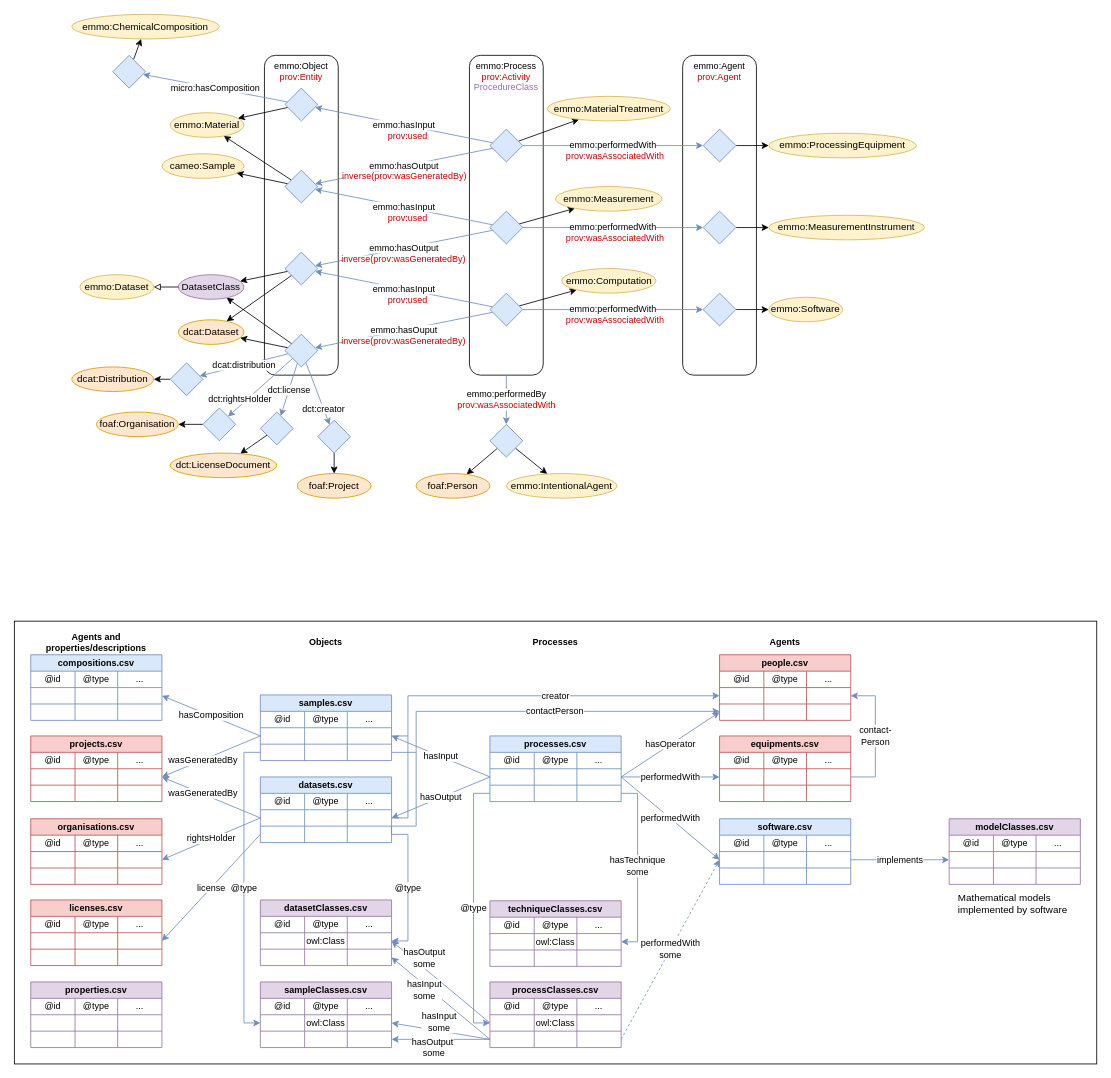
The draw.io diagram page "Documentation-tables" (1 of 2) of figs/linked-data.drawio in SINTEF/physmet-data-documentation-templates, before the edit. Source tidied: cells renumbered, new cells numbered last; positions are measured from the earlier drawing's top-left corner, leaving out a move shared by most shapes. Both pictures are drawn from the tidied source at 82%, with x=0, y=0 at pixel (14, 14).
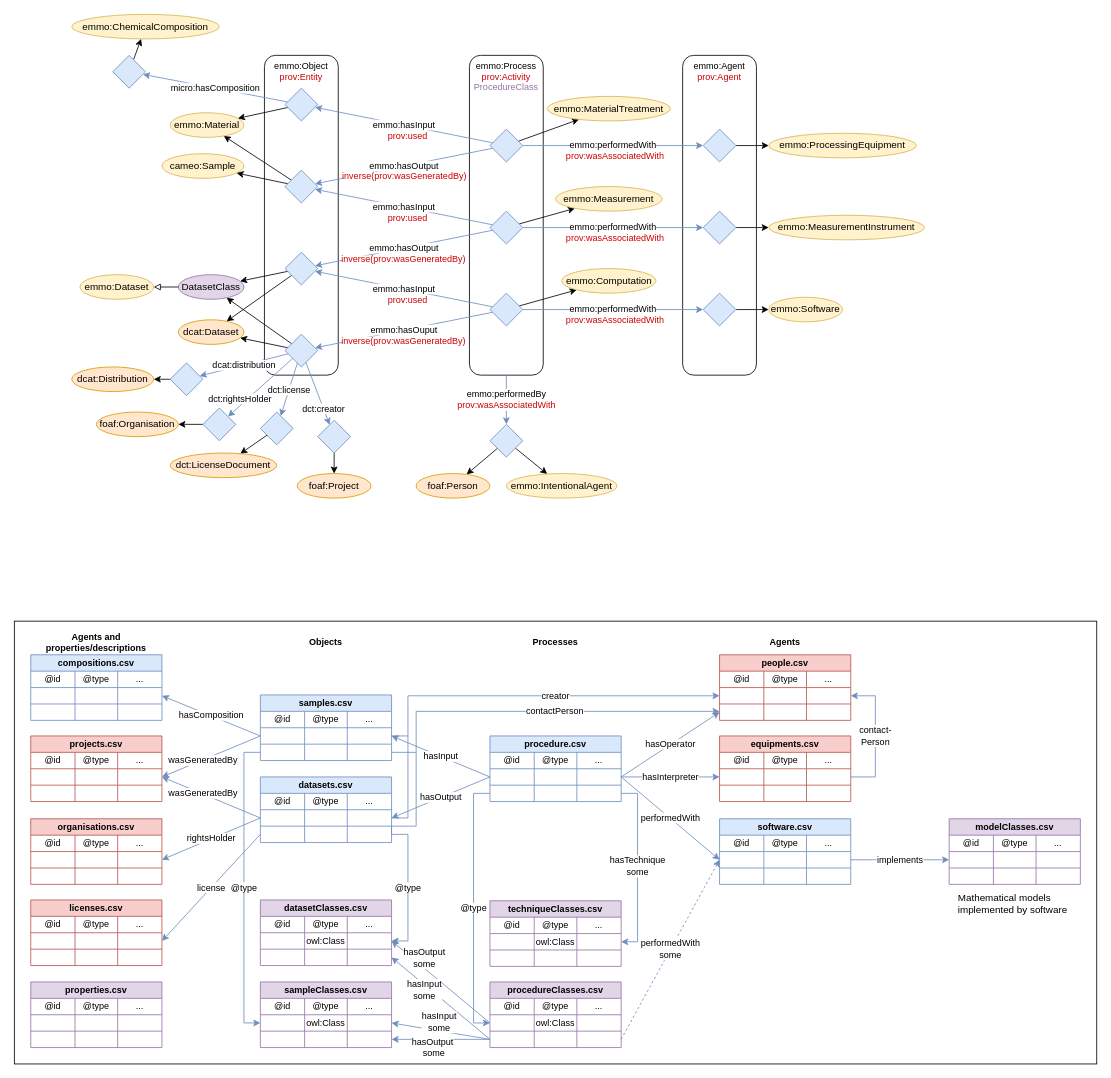
The same page after the edit.

Commit message (it also covers changes not shown here):
Updated figure on front page

Unchanged cells that the change refers to:
```xml
<mxCell id="116" style="shape=tableRow;horizontal=0;startSize=0;swimlaneHead=0;swimlaneBody=0;top=0;left=0;bottom=0;right=0;fillColor=none;points=[[0,0.5],[1,0.5]];portConstraint=eastwest;fontFamily=Helvetica;fontSize=11;fontColor=#000000;" parent="111" vertex="1">
  <mxGeometry y="40" width="160" height="20" as="geometry" />
</mxCell>
<mxCell id="145" style="shape=tableRow;horizontal=0;startSize=0;swimlaneHead=0;swimlaneBody=0;top=0;left=0;bottom=0;right=0;fillColor=none;points=[[0,0.5],[1,0.5]];portConstraint=eastwest;fontFamily=Helvetica;fontSize=11;fontColor=#000000;" parent="140" vertex="1">
  <mxGeometry y="40" width="160" height="20" as="geometry" />
</mxCell>
```

Diff of the diagram source:
```diff
@@
-    <mxCell id="111" value="processes.csv" style="shape=table;startSize=20;childLayout=tableLayout;fontStyle=1;align=center;fontFamily=Helvetica;fontSize=11;fillColor=#dae8fc;strokeColor=#6c8ebf;fontColor=#000000;" parent="1" vertex="1">
+    <mxCell id="111" value="procedure.csv" style="shape=table;startSize=20;childLayout=tableLayout;fontStyle=1;align=center;fontFamily=Helvetica;fontSize=11;fillColor=#dae8fc;strokeColor=#6c8ebf;fontColor=#000000;" parent="1" vertex="1">
       <mxGeometry x="580" y="880" width="160" height="80" as="geometry" />
     </mxCell>
@@
-    <mxCell id="153" value="&lt;font&gt;performedWith&lt;/font&gt;" style="edgeStyle=none;shape=connector;rounded=0;jettySize=auto;html=1;labelBackgroundColor=default;strokeColor=#6c8ebf;fontFamily=Helvetica;fontSize=11;fontColor=#000000;endArrow=classic;endFill=1;exitX=1;exitY=0.5;exitDx=0;exitDy=0;entryX=0;entryY=0.5;entryDx=0;entryDy=0;fillColor=#dae8fc;" parent="1" edge="1" source="116" target="145">
+    <mxCell id="153" value="&lt;font&gt;hasInterpreter&lt;/font&gt;" style="edgeStyle=none;shape=connector;rounded=0;jettySize=auto;html=1;labelBackgroundColor=default;strokeColor=#6c8ebf;fontFamily=Helvetica;fontSize=11;fontColor=#000000;endArrow=classic;endFill=1;exitX=1;exitY=0.5;exitDx=0;exitDy=0;entryX=0;entryY=0.5;entryDx=0;entryDy=0;fillColor=#dae8fc;" parent="1" edge="1" source="116" target="145">
       <mxGeometry relative="1" as="geometry" />
     </mxCell>
@@
-    <mxCell id="211" value="processClasses.csv" style="shape=table;startSize=20;childLayout=tableLayout;fontStyle=1;align=center;fontFamily=Helvetica;fontSize=11;fillColor=#e1d5e7;strokeColor=#9673a6;fontColor=#000000;" parent="1" vertex="1">
+    <mxCell id="211" value="procedureClasses.csv" style="shape=table;startSize=20;childLayout=tableLayout;fontStyle=1;align=center;fontFamily=Helvetica;fontSize=11;fillColor=#e1d5e7;strokeColor=#9673a6;fontColor=#000000;" parent="1" vertex="1">
       <mxGeometry x="580" y="1180" width="160" height="80" as="geometry" />
     </mxCell>
```
